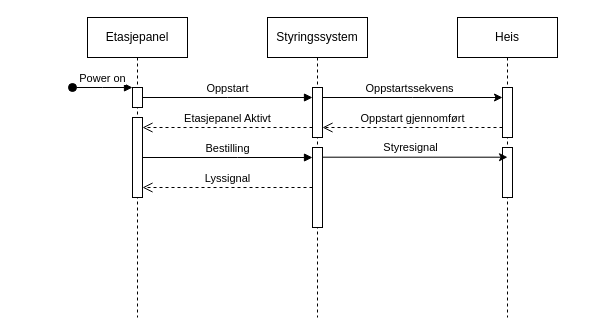
Above: Untitled Diagram.drawio in Mariusrena/TTK4235 (draw.io), before the change. Source tidied: cells renumbered, new cells numbered last; positions are measured from the earlier drawing's top-left corner, leaving out a move shared by most shapes. Both pictures are drawn from the tidied source at 100%, with x=0, y=0 at pixel (72, 17).
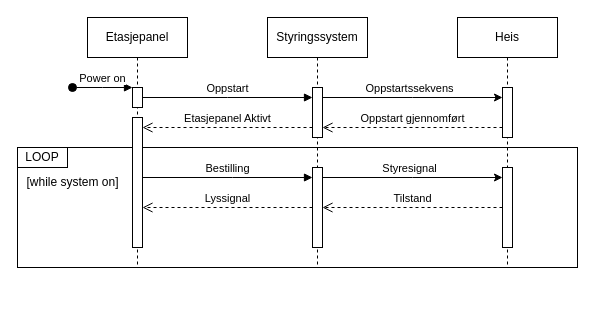
The same page after the edit.

The edit, as a diff of the source:
```diff
@@
+    <mxCell id="21" style="whiteSpace=wrap;html=1;fillColor=none;" parent="1" vertex="1">
+      <mxGeometry x="-55" y="130" width="560" height="120" as="geometry" />
+    </mxCell>
     <mxCell id="2" value="Etasjepanel" style="shape=umlLifeline;perimeter=lifelinePerimeter;whiteSpace=wrap;html=1;newEdgeStyle={&quot;edgeStyle&quot;:&quot;elbowEdgeStyle&quot;,&quot;elbow&quot;:&quot;vertical&quot;,&quot;curved&quot;:0,&quot;rounded&quot;:0};" parent="1" vertex="1">
-      <mxGeometry x="15" width="100" height="300" as="geometry" />
+      <mxGeometry x="15" width="100" height="250" as="geometry" />
     </mxCell>
@@
     <mxCell id="5" style="html=1;points=[];perimeter=orthogonalPerimeter;outlineConnect=0;targetShapes=umlLifeline;portConstraint=eastwest;newEdgeStyle={&quot;edgeStyle&quot;:&quot;elbowEdgeStyle&quot;,&quot;elbow&quot;:&quot;vertical&quot;,&quot;curved&quot;:0,&quot;rounded&quot;:0};" parent="2" vertex="1">
-      <mxGeometry x="45" y="100" width="10" height="80" as="geometry" />
+      <mxGeometry x="45" y="100" width="10" height="130" as="geometry" />
     </mxCell>
     <mxCell id="6" value="Styringssystem" style="shape=umlLifeline;perimeter=lifelinePerimeter;whiteSpace=wrap;html=1;newEdgeStyle={&quot;edgeStyle&quot;:&quot;elbowEdgeStyle&quot;,&quot;elbow&quot;:&quot;vertical&quot;,&quot;curved&quot;:0,&quot;rounded&quot;:0};" parent="1" vertex="1">
-      <mxGeometry x="195" width="100" height="300" as="geometry" />
+      <mxGeometry x="195" width="100" height="250" as="geometry" />
     </mxCell>
@@
     <mxCell id="8" style="html=1;points=[];perimeter=orthogonalPerimeter;outlineConnect=0;targetShapes=umlLifeline;portConstraint=eastwest;newEdgeStyle={&quot;edgeStyle&quot;:&quot;elbowEdgeStyle&quot;,&quot;elbow&quot;:&quot;vertical&quot;,&quot;curved&quot;:0,&quot;rounded&quot;:0};" parent="6" vertex="1">
-      <mxGeometry x="45" y="130" width="10" height="80" as="geometry" />
+      <mxGeometry x="45" y="150" width="10" height="80" as="geometry" />
     </mxCell>
@@
     <mxCell id="10" value="Heis" style="shape=umlLifeline;perimeter=lifelinePerimeter;whiteSpace=wrap;html=1;newEdgeStyle={&quot;edgeStyle&quot;:&quot;elbowEdgeStyle&quot;,&quot;elbow&quot;:&quot;vertical&quot;,&quot;curved&quot;:0,&quot;rounded&quot;:0};" parent="1" vertex="1">
-      <mxGeometry x="385" width="100" height="300" as="geometry" />
+      <mxGeometry x="385" width="100" height="250" as="geometry" />
     </mxCell>
@@
     <mxCell id="12" style="html=1;points=[];perimeter=orthogonalPerimeter;outlineConnect=0;targetShapes=umlLifeline;portConstraint=eastwest;newEdgeStyle={&quot;edgeStyle&quot;:&quot;elbowEdgeStyle&quot;,&quot;elbow&quot;:&quot;vertical&quot;,&quot;curved&quot;:0,&quot;rounded&quot;:0};" parent="10" vertex="1">
-      <mxGeometry x="45" y="130" width="10" height="50" as="geometry" />
+      <mxGeometry x="45" y="150" width="10" height="80" as="geometry" />
     </mxCell>
@@
     <mxCell id="17" value="Bestilling" style="html=1;verticalAlign=bottom;endArrow=block;edgeStyle=elbowEdgeStyle;elbow=vertical;curved=0;rounded=0;" parent="1" edge="1" source="5" target="8">
       <mxGeometry relative="1" as="geometry">
         <Array as="points">
-          <mxPoint x="165" y="140" />
+          <mxPoint x="160" y="160" />
         </Array>
       </mxGeometry>
     </mxCell>
-    <mxCell id="18" style="edgeStyle=elbowEdgeStyle;rounded=0;jettySize=auto;html=1;elbow=vertical;curved=0;" parent="1" edge="1" source="8">
+    <mxCell id="18" style="edgeStyle=elbowEdgeStyle;rounded=0;jettySize=auto;html=1;elbow=vertical;curved=0;" parent="1" edge="1" source="8" target="12">
       <mxGeometry relative="1" as="geometry">
-        <mxPoint x="435" y="140" as="targetPoint" />
         <Array as="points">
-          <mxPoint x="340" y="139.7" />
+          <mxPoint x="340" y="160" />
         </Array>
       </mxGeometry>
     </mxCell>
@@
     <mxCell id="20" value="Lyssignal" style="html=1;verticalAlign=bottom;endArrow=open;dashed=1;endSize=8;edgeStyle=elbowEdgeStyle;elbow=vertical;curved=0;rounded=0;" parent="1" edge="1" source="8" target="5">
       <mxGeometry relative="1" as="geometry">
         <Array as="points">
-          <mxPoint x="165" y="170" />
+          <mxPoint x="165" y="190" />
         </Array>
       </mxGeometry>
     </mxCell>
+    <mxCell id="22" value="LOOP" style="whiteSpace=wrap;html=1;" parent="1" vertex="1">
+      <mxGeometry x="-55" y="130" width="50" height="20" as="geometry" />
+    </mxCell>
+    <mxCell id="23" value="[while system on]" style="text;html=1;align=center;verticalAlign=middle;strokeColor=none;fillColor=none;" parent="1" vertex="1">
+      <mxGeometry x="-55" y="150" width="110" height="30" as="geometry" />
+    </mxCell>
+    <mxCell id="24" value="Tilstand" style="html=1;verticalAlign=bottom;endArrow=open;dashed=1;endSize=8;edgeStyle=elbowEdgeStyle;elbow=vertical;curved=0;rounded=0;" parent="1" edge="1" source="12" target="8">
+      <mxGeometry relative="1" as="geometry">
+        <Array as="points">
+          <mxPoint x="360" y="190" />
+        </Array>
+      </mxGeometry>
+    </mxCell>
+    <mxCell id="25" style="edgeStyle=orthogonalEdgeStyle;rounded=0;orthogonalLoop=1;jettySize=auto;html=1;exitX=0.5;exitY=1;exitDx=0;exitDy=0;" parent="1" edge="1" source="21" target="21">
+      <mxGeometry relative="1" as="geometry" />
+    </mxCell>
```
